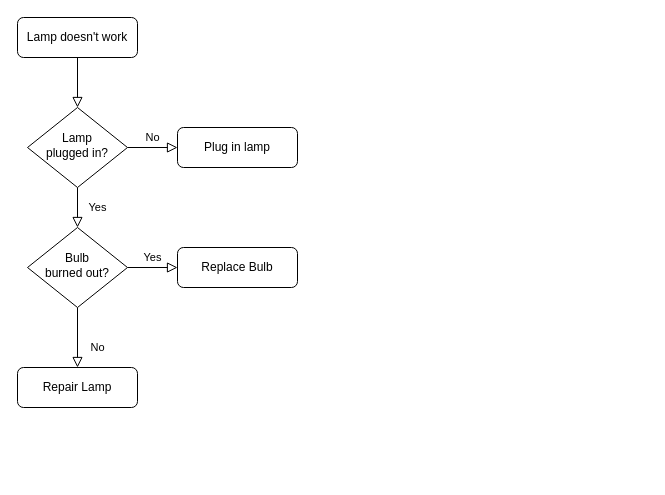
Above: ACORN_beamsequence_SY.drawio in awattsFNAL/Drawings (draw.io), before the change. Source tidied: cells renumbered, new cells numbered last; positions are measured from the earlier drawing's top-left corner, leaving out a move shared by most shapes. Both pictures are drawn from the tidied source at 100%, with x=0, y=0 at pixel (17, 17).
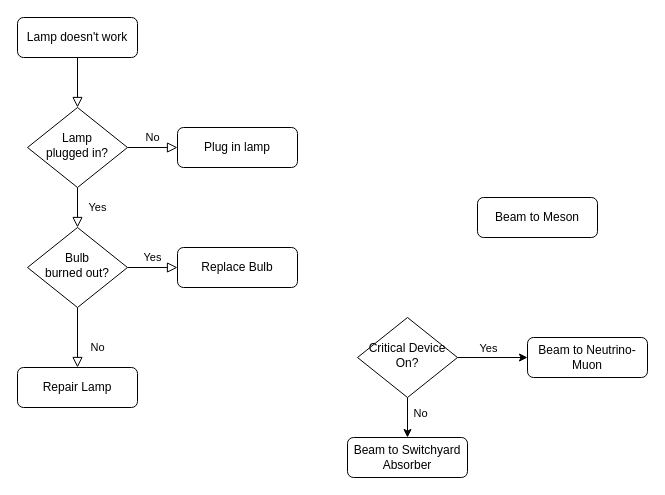
The same diagram, later.

What changed in the source:
```diff
@@
+    <mxCell id="13" value="Beam to Meson" style="rounded=1;whiteSpace=wrap;html=1;fontSize=12;glass=0;strokeWidth=1;shadow=0;" parent="1" vertex="1">
+      <mxGeometry x="460" y="180" width="120" height="40" as="geometry" />
+    </mxCell>
+    <mxCell id="14" value="Beam to Neutrino-Muon" style="rounded=1;whiteSpace=wrap;html=1;fontSize=12;glass=0;strokeWidth=1;shadow=0;" parent="1" vertex="1">
+      <mxGeometry x="510" y="320" width="120" height="40" as="geometry" />
+    </mxCell>
+    <mxCell id="15" style="edgeStyle=orthogonalEdgeStyle;rounded=0;jettySize=auto;html=1;exitX=0.5;exitY=1;exitDx=0;exitDy=0;entryX=0.5;entryY=0;entryDx=0;entryDy=0;" parent="1" edge="1" source="18" target="17">
+      <mxGeometry relative="1" as="geometry" />
+    </mxCell>
+    <mxCell id="16" value="No" style="edgeLabel;html=1;align=center;verticalAlign=middle;" parent="15" vertex="1">
+      <mxGeometry x="-0.44" relative="1" as="geometry">
+        <mxPoint x="12" y="4" as="offset" />
+      </mxGeometry>
+    </mxCell>
+    <mxCell id="17" value="Beam to Switchyard Absorber" style="rounded=1;whiteSpace=wrap;html=1;fontSize=12;glass=0;strokeWidth=1;shadow=0;" parent="1" vertex="1">
+      <mxGeometry x="330" y="420" width="120" height="40" as="geometry" />
+    </mxCell>
+    <mxCell id="18" value="&lt;div&gt;Critical Device On?&lt;/div&gt;" style="rhombus;whiteSpace=wrap;html=1;shadow=0;fontFamily=Helvetica;fontSize=12;align=center;strokeWidth=1;spacing=6;spacingTop=-4;" parent="1" vertex="1">
+      <mxGeometry x="340" y="300" width="100" height="80" as="geometry" />
+    </mxCell>
+    <mxCell id="19" style="endArrow=classic;html=1;rounded=0;exitX=1;exitY=0.5;exitDx=0;exitDy=0;entryX=0;entryY=0.5;entryDx=0;entryDy=0;" parent="1" edge="1" source="18" target="14">
+      <mxGeometry relative="1" as="geometry" />
+    </mxCell>
+    <mxCell id="20" value="Yes" style="edgeLabel;html=1;align=center;verticalAlign=middle;" parent="19" vertex="1">
+      <mxGeometry x="-0.04" relative="1" as="geometry">
+        <mxPoint x="-4" y="-10" as="offset" />
+      </mxGeometry>
+    </mxCell>
```
